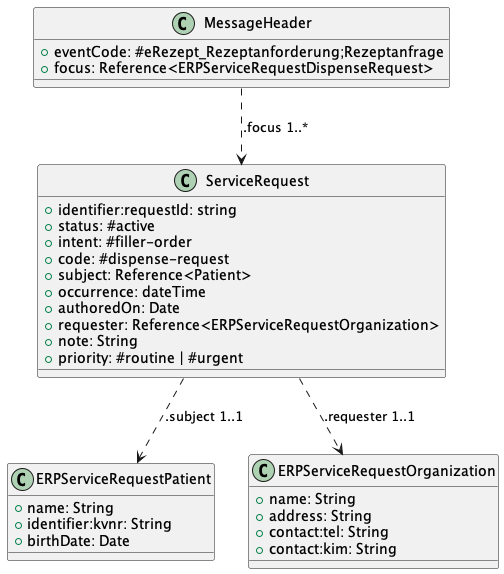
Before: guides/ig-rezeptanforderung/images/puml_images/DispenseRequest_Class.png, a diagram exported from PlantUML (gematik/spec-E-Rezept-ServiceRequest). Its diagram source:
```plantuml
@startuml "DispenseRequest_Class"
!define RECTANGLE class

RECTANGLE "MessageHeader" as MH {
    +eventCode: #eRezept_Rezeptanforderung;Rezeptanfrage
    +focus: Reference<ERPServiceRequestDispenseRequest>
}


RECTANGLE "ServiceRequest" as SR {
    +identifier:requestId: string
    +status: #active
    +intent: #filler-order
    +code: #dispense-request
    +subject: Reference<Patient>
    +occurrence: dateTime
    +authoredOn: Date
    +requester: Reference<ERPServiceRequestOrganization>
    +note: String
    +priority: #routine | #urgent
}

RECTANGLE "ERPServiceRequestPatient" as P {
    +name: String
    +identifier:kvnr: String
    +birthDate: Date
}

RECTANGLE "ERPServiceRequestOrganization" as O {
    +name: String
    +address: String
    +contact:tel: String
    +contact:kim: String
}

MH .down.> SR : .focus 1..*
SR .down.> P : .subject 1..1
SR .down.> O : .requester 1..1
@enduml
```
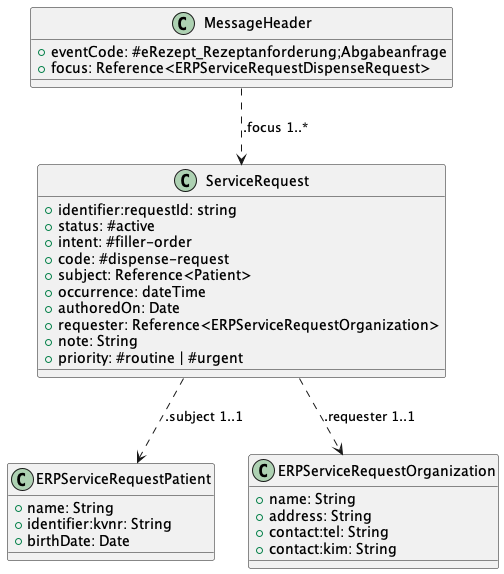
Later version of the same file.

The edit, as a diff of the source:
```diff
@@ -2,7 +2,7 @@
 !define RECTANGLE class
 
 RECTANGLE "MessageHeader" as MH {
-    +eventCode: #eRezept_Rezeptanforderung;Rezeptanfrage
+    +eventCode: #eRezept_Rezeptanforderung;Abgabeanfrage
     +focus: Reference<ERPServiceRequestDispenseRequest>
 }
 
```
